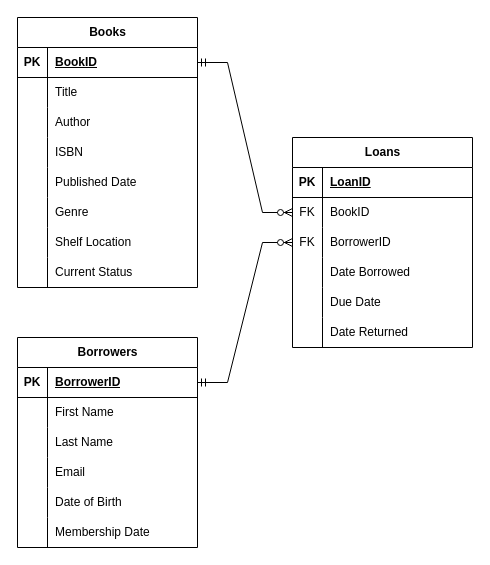
The draw.io diagram Design/RelationalSchema.drawio in DotNetBackendTraining/library-management-system, before the edit. Source tidied: cells renumbered, new cells numbered last; positions are measured from the earlier drawing's top-left corner, leaving out a move shared by most shapes. Both pictures are drawn from the tidied source at 100%, with x=0, y=0 at pixel (17, 17).
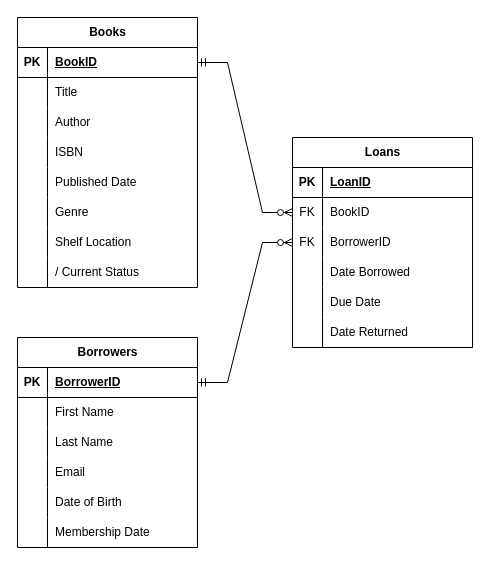
Above is the later version.

Commit message (it also covers changes not shown here):
Change status attribute to derived

Unchanged cells that the change refers to:
```xml
<mxCell id="24" style="shape=tableRow;horizontal=0;startSize=0;swimlaneHead=0;swimlaneBody=0;fillColor=none;top=0;left=0;right=0;bottom=0;" parent="2" vertex="1">
  <mxGeometry y="240" width="180" height="30" as="geometry" />
</mxCell>
```

What changed in the source:
```diff
@@
-    <mxCell id="26" value="Current Status" style="shape=partialRectangle;fillColor=none;top=0;left=0;bottom=0;right=0;align=left;spacingLeft=6;overflow=hidden;whiteSpace=wrap;html=1;" parent="24" vertex="1">
+    <mxCell id="26" value="/ Current Status" style="shape=partialRectangle;fillColor=none;top=0;left=0;bottom=0;right=0;align=left;spacingLeft=6;overflow=hidden;whiteSpace=wrap;html=1;" parent="24" vertex="1">
       <mxGeometry x="30" width="150" height="30" as="geometry" />
     </mxCell>
```
